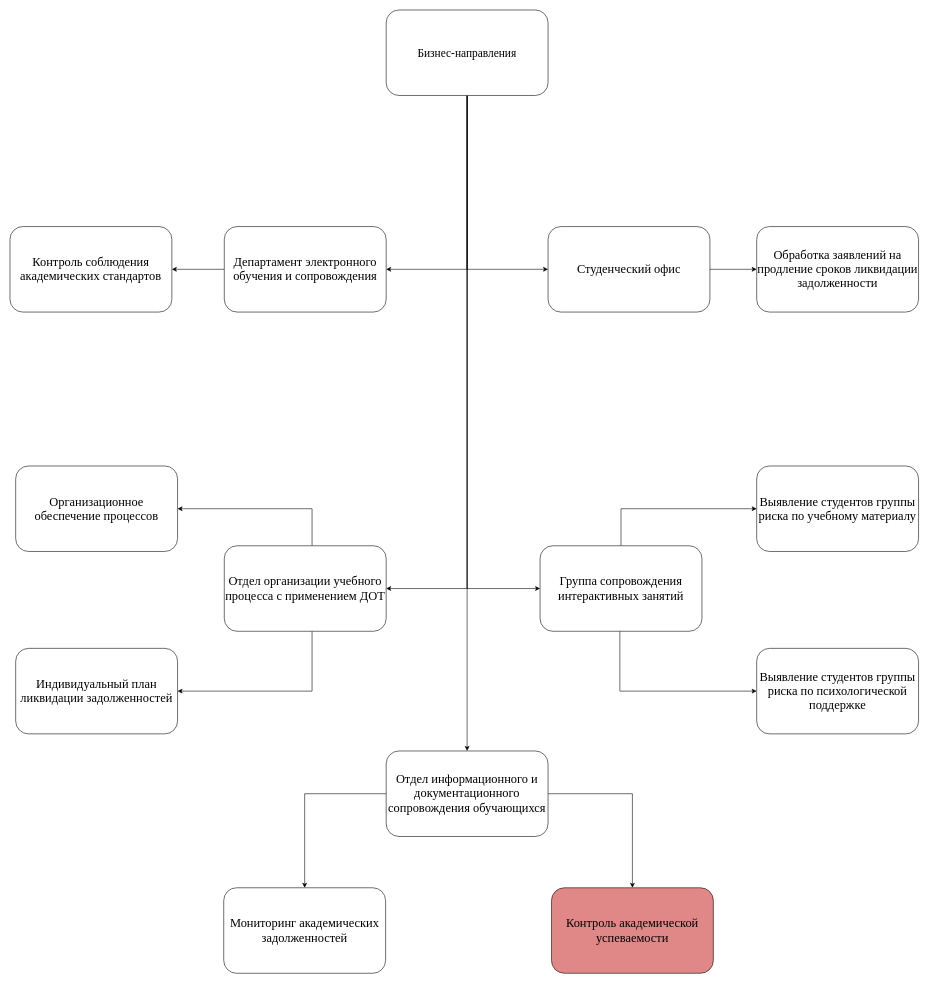
This is VKR/Диаграмма_Структура_Подразделения (new).drawio from DLordxxx/Practice, a draw.io file, before an edit. Source tidied: cells renumbered, new cells numbered last; positions are measured from the earlier drawing's top-left corner, leaving out a move shared by most shapes. Both pictures are drawn from the tidied source at 57%, with x=0, y=0 at pixel (10, 10).
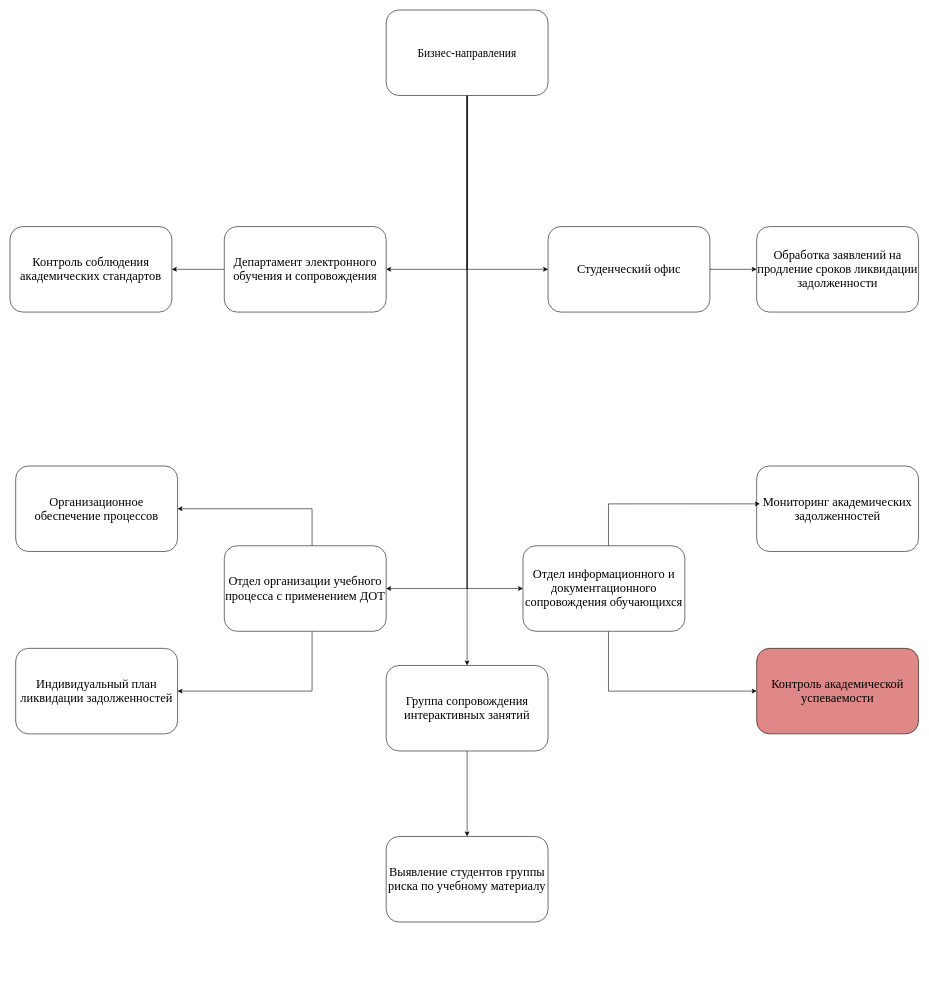
The same page after the edit.

Unchanged cells that the change refers to:
```xml
<mxCell id="7" value="&lt;font&gt;Бизнес-направления&lt;/font&gt;" style="rounded=1;whiteSpace=wrap;html=1;fontSize=20;fontFamily=Times New Roman;" parent="1" vertex="1">
  <mxGeometry x="660" width="284" height="150" as="geometry" />
</mxCell>
```

The edit, as a diff of the source:
```diff
@@
+    <mxCell id="6" style="edgeStyle=orthogonalEdgeStyle;rounded=0;jettySize=auto;html=1;entryX=0;entryY=0.5;entryDx=0;entryDy=0;" parent="1" edge="1" source="7" target="14">
+      <mxGeometry relative="1" as="geometry" />
+    </mxCell>
-    <mxCell id="5" style="edgeStyle=orthogonalEdgeStyle;rounded=0;jettySize=auto;html=1;entryX=0;entryY=0.5;entryDx=0;entryDy=0;" parent="1" edge="1" source="7" target="21">
+    <mxCell id="5" style="edgeStyle=orthogonalEdgeStyle;rounded=0;jettySize=auto;html=1;entryX=0.5;entryY=0;entryDx=0;entryDy=0;" parent="1" edge="1" source="7" target="21">
       <mxGeometry relative="1" as="geometry" />
     </mxCell>
-    <mxCell id="6" style="edgeStyle=orthogonalEdgeStyle;rounded=0;jettySize=auto;html=1;entryX=0.5;entryY=0;entryDx=0;entryDy=0;" parent="1" edge="1" source="7" target="14">
-      <mxGeometry relative="1" as="geometry" />
-    </mxCell>
@@
-    <mxCell id="12" style="edgeStyle=orthogonalEdgeStyle;rounded=0;jettySize=auto;html=1;entryX=0.5;entryY=0;entryDx=0;entryDy=0;" parent="1" edge="1" source="14" target="17">
-      <mxGeometry relative="1" as="geometry" />
+    <mxCell id="12" style="edgeStyle=orthogonalEdgeStyle;rounded=0;jettySize=auto;html=1;entryX=0;entryY=0.5;entryDx=0;entryDy=0;" parent="1" edge="1" source="14" target="17">
+      <mxGeometry relative="1" as="geometry">
+        <Array as="points">
+          <mxPoint x="1050" y="1195" />
+        </Array>
+      </mxGeometry>
     </mxCell>
-    <mxCell id="13" style="edgeStyle=orthogonalEdgeStyle;rounded=0;jettySize=auto;html=1;entryX=0.5;entryY=0;entryDx=0;entryDy=0;" parent="1" edge="1" source="14" target="16">
-      <mxGeometry relative="1" as="geometry" />
-    </mxCell>
     <mxCell id="14" value="&lt;div class=&quot;code-block&quot; style=&quot;box-sizing: border-box; font-variant-numeric: normal; font-variant-east-asian: normal; font-variant-alternates: normal; font-variant-position: normal; font-variant-emoji: normal; font-kerning: auto; font-optical-sizing: auto; font-feature-settings: normal; font-variation-settings: normal; font-stretch: normal; line-height: 1.25; font-size-adjust: 0.5; margin-top: 0px; margin-bottom: 0px; overflow: hidden; --color-scrollbar: var(--color-scrollbar-code); --color-type: light-dark(#0053d4, #6db4ff); --color-keyword: light-dark(#388e22, #56a043); --color-class: light-dark(#3e6c20, #83ab69); --color-string: light-dark(#9a1111, #ffadad); --color-template: light-dark(#9a5334, #cd9076); --color-selector: light-dark(#9a5334, #cd9076); --color-function: light-dark(#a753b7, #c37bd1); --color-comment: light-dark(#616161, #9a9a9a); --color-section: light-dark(#9a1111, #ffadad); --color-variable: light-dark(#bd63c5, #b86bbf); --color-attribute: light-dark(#276b8f, #6ba6c5); --color-link: light-dark(#276b8f, #6ba6c5); --color-tag: light-dark(#000000, #ededed);&quot;&gt;&lt;font&gt;&lt;span style=&quot;text-wrap-mode: wrap;&quot;&gt;Отдел информационного и документационного сопровождения обучающихся&lt;/span&gt;&lt;/font&gt;&lt;/div&gt;" style="rounded=1;whiteSpace=wrap;html=1;align=center;fillColor=#FFFFFF;strokeColor=#000000;fontSize=20;fontFamily=Times New Roman;" parent="1" vertex="1">
-      <mxGeometry x="660" y="1300" width="284" height="150" as="geometry" />
+      <mxGeometry x="900" y="940" width="284" height="150" as="geometry" />
     </mxCell>
@@
     <mxCell id="16" value="&lt;div class=&quot;code-block&quot; style=&quot;box-sizing: border-box; font-variant-numeric: normal; font-variant-east-asian: normal; font-variant-alternates: normal; font-variant-position: normal; font-variant-emoji: normal; font-kerning: auto; font-optical-sizing: auto; font-feature-settings: normal; font-variation-settings: normal; font-stretch: normal; line-height: 1.25; font-size-adjust: 0.5; margin-top: 0px; margin-bottom: 0px; overflow: hidden; --color-scrollbar: var(--color-scrollbar-code); text-wrap-mode: wrap; --color-type: light-dark(#0053d4, #6db4ff); --color-keyword: light-dark(#388e22, #56a043); --color-class: light-dark(#3e6c20, #83ab69); --color-string: light-dark(#9a1111, #ffadad); --color-template: light-dark(#9a5334, #cd9076); --color-selector: light-dark(#9a5334, #cd9076); --color-function: light-dark(#a753b7, #c37bd1); --color-comment: light-dark(#616161, #9a9a9a); --color-section: light-dark(#9a1111, #ffadad); --color-variable: light-dark(#bd63c5, #b86bbf); --color-attribute: light-dark(#276b8f, #6ba6c5); --color-link: light-dark(#276b8f, #6ba6c5); --color-tag: light-dark(#000000, #ededed);&quot;&gt;&lt;div class=&quot;code-block&quot; style=&quot;box-sizing: border-box; font-variant-numeric: normal; font-variant-east-asian: normal; font-variant-alternates: normal; font-variant-position: normal; font-variant-emoji: normal; font-kerning: auto; font-optical-sizing: auto; font-feature-settings: normal; font-variation-settings: normal; font-stretch: normal; line-height: 1.25; font-size-adjust: 0.5; margin-top: 0px; margin-bottom: 0px; overflow: hidden; --color-scrollbar: var(--color-scrollbar-code); text-wrap-mode: wrap; --color-type: light-dark(#0053d4, #6db4ff); --color-keyword: light-dark(#388e22, #56a043); --color-class: light-dark(#3e6c20, #83ab69); --color-string: light-dark(#9a1111, #ffadad); --color-template: light-dark(#9a5334, #cd9076); --color-selector: light-dark(#9a5334, #cd9076); --color-function: light-dark(#a753b7, #c37bd1); --color-comment: light-dark(#616161, #9a9a9a); --color-section: light-dark(#9a1111, #ffadad); --color-variable: light-dark(#bd63c5, #b86bbf); --color-attribute: light-dark(#276b8f, #6ba6c5); --color-link: light-dark(#276b8f, #6ba6c5); --color-tag: light-dark(#000000, #ededed);&quot;&gt;&lt;span style=&quot;text-align: start; background-color: rgb(255, 255, 255);&quot;&gt;Мониторинг академических задолженностей&lt;/span&gt;&lt;/div&gt;&lt;/div&gt;" style="rounded=1;whiteSpace=wrap;html=1;align=center;fontSize=20;fontFamily=Times New Roman;" parent="1" vertex="1">
-      <mxGeometry x="375" y="1540" width="284" height="150" as="geometry" />
+      <mxGeometry x="1310" y="800" width="284" height="150" as="geometry" />
     </mxCell>
     <mxCell id="17" value="&lt;div class=&quot;code-block&quot; style=&quot;box-sizing: border-box; font-variant-numeric: normal; font-variant-east-asian: normal; font-variant-alternates: normal; font-variant-position: normal; font-variant-emoji: normal; font-kerning: auto; font-optical-sizing: auto; font-feature-settings: normal; font-variation-settings: normal; font-stretch: normal; line-height: 1.25; font-size-adjust: 0.5; margin-top: 0px; margin-bottom: 0px; overflow: hidden; --color-scrollbar: var(--color-scrollbar-code); --color-type: light-dark(#0053d4, #6db4ff); --color-keyword: light-dark(#388e22, #56a043); --color-class: light-dark(#3e6c20, #83ab69); --color-string: light-dark(#9a1111, #ffadad); --color-template: light-dark(#9a5334, #cd9076); --color-selector: light-dark(#9a5334, #cd9076); --color-function: light-dark(#a753b7, #c37bd1); --color-comment: light-dark(#616161, #9a9a9a); --color-section: light-dark(#9a1111, #ffadad); --color-variable: light-dark(#bd63c5, #b86bbf); --color-attribute: light-dark(#276b8f, #6ba6c5); --color-link: light-dark(#276b8f, #6ba6c5); --color-tag: light-dark(#000000, #ededed);&quot;&gt;&lt;div class=&quot;code-block&quot; style=&quot;box-sizing: border-box; font-variant-numeric: normal; font-variant-east-asian: normal; font-variant-alternates: normal; font-variant-position: normal; font-variant-emoji: normal; font-kerning: auto; font-optical-sizing: auto; font-feature-settings: normal; font-variation-settings: normal; font-stretch: normal; line-height: 1.25; font-size-adjust: 0.5; margin-top: 0px; margin-bottom: 0px; overflow: hidden; --color-scrollbar: var(--color-scrollbar-code); --color-type: light-dark(#0053d4, #6db4ff); --color-keyword: light-dark(#388e22, #56a043); --color-class: light-dark(#3e6c20, #83ab69); --color-string: light-dark(#9a1111, #ffadad); --color-template: light-dark(#9a5334, #cd9076); --color-selector: light-dark(#9a5334, #cd9076); --color-function: light-dark(#a753b7, #c37bd1); --color-comment: light-dark(#616161, #9a9a9a); --color-section: light-dark(#9a1111, #ffadad); --color-variable: light-dark(#bd63c5, #b86bbf); --color-attribute: light-dark(#276b8f, #6ba6c5); --color-link: light-dark(#276b8f, #6ba6c5); --color-tag: light-dark(#000000, #ededed);&quot;&gt;&lt;div class=&quot;code-block&quot; style=&quot;box-sizing: border-box; font-variant-numeric: normal; font-variant-east-asian: normal; font-variant-alternates: normal; font-variant-position: normal; font-variant-emoji: normal; font-kerning: auto; font-optical-sizing: auto; font-feature-settings: normal; font-variation-settings: normal; font-stretch: normal; line-height: 1.25; font-size-adjust: 0.5; margin-top: 0px; margin-bottom: 0px; overflow: hidden; --color-scrollbar: var(--color-scrollbar-code); --color-type: light-dark(#0053d4, #6db4ff); --color-keyword: light-dark(#388e22, #56a043); --color-class: light-dark(#3e6c20, #83ab69); --color-string: light-dark(#9a1111, #ffadad); --color-template: light-dark(#9a5334, #cd9076); --color-selector: light-dark(#9a5334, #cd9076); --color-function: light-dark(#a753b7, #c37bd1); --color-comment: light-dark(#616161, #9a9a9a); --color-section: light-dark(#9a1111, #ffadad); --color-variable: light-dark(#bd63c5, #b86bbf); --color-attribute: light-dark(#276b8f, #6ba6c5); --color-link: light-dark(#276b8f, #6ba6c5); --color-tag: light-dark(#000000, #ededed);&quot;&gt;&lt;font&gt;&lt;span style=&quot;text-wrap-mode: wrap;&quot;&gt;Контроль академической успеваемости&lt;/span&gt;&lt;/font&gt;&lt;/div&gt;&lt;/div&gt;&lt;/div&gt;" style="rounded=1;whiteSpace=wrap;html=1;align=center;fillColor=light-dark(#E08787,var(--ge-dark-color, #121212));fontSize=20;fontFamily=Times New Roman;" parent="1" vertex="1">
-      <mxGeometry x="950" y="1540" width="284" height="150" as="geometry" />
+      <mxGeometry x="1310" y="1120" width="284" height="150" as="geometry" />
     </mxCell>
@@
-    <mxCell id="19" style="edgeStyle=orthogonalEdgeStyle;rounded=0;jettySize=auto;html=1;entryX=0;entryY=0.5;entryDx=0;entryDy=0;" parent="1" edge="1" source="21" target="25">
-      <mxGeometry relative="1" as="geometry">
-        <Array as="points">
-          <mxPoint x="1072" y="875" />
-        </Array>
-      </mxGeometry>
+    <mxCell id="19" style="edgeStyle=orthogonalEdgeStyle;rounded=0;jettySize=auto;html=1;entryX=0.5;entryY=0;entryDx=0;entryDy=0;" parent="1" edge="1" source="21" target="25">
+      <mxGeometry relative="1" as="geometry" />
     </mxCell>
-    <mxCell id="20" style="edgeStyle=orthogonalEdgeStyle;rounded=0;jettySize=auto;html=1;entryX=0;entryY=0.5;entryDx=0;entryDy=0;" parent="1" edge="1" source="21" target="26">
-      <mxGeometry relative="1" as="geometry">
-        <Array as="points">
-          <mxPoint x="1070" y="1195" />
-        </Array>
-      </mxGeometry>
-    </mxCell>
     <mxCell id="21" value="&lt;div class=&quot;code-block&quot; style=&quot;box-sizing: border-box; font-variant-numeric: normal; font-variant-east-asian: normal; font-variant-alternates: normal; font-variant-position: normal; font-variant-emoji: normal; font-kerning: auto; font-optical-sizing: auto; font-feature-settings: normal; font-variation-settings: normal; font-stretch: normal; line-height: 1.25; font-size-adjust: 0.5; margin-top: 0px; margin-bottom: 0px; overflow: hidden; --color-scrollbar: var(--color-scrollbar-code); --color-type: light-dark(#0053d4, #6db4ff); --color-keyword: light-dark(#388e22, #56a043); --color-class: light-dark(#3e6c20, #83ab69); --color-string: light-dark(#9a1111, #ffadad); --color-template: light-dark(#9a5334, #cd9076); --color-selector: light-dark(#9a5334, #cd9076); --color-function: light-dark(#a753b7, #c37bd1); --color-comment: light-dark(#616161, #9a9a9a); --color-section: light-dark(#9a1111, #ffadad); --color-variable: light-dark(#bd63c5, #b86bbf); --color-attribute: light-dark(#276b8f, #6ba6c5); --color-link: light-dark(#276b8f, #6ba6c5); --color-tag: light-dark(#000000, #ededed);&quot;&gt;Группа сопровождения интерактивных занятий&lt;/div&gt;" style="rounded=1;whiteSpace=wrap;html=1;align=center;fillColor=#FFFFFF;strokeColor=#000000;fontSize=20;fontFamily=Times New Roman;" parent="1" vertex="1">
-      <mxGeometry x="930" y="940" width="284" height="150" as="geometry" />
+      <mxGeometry x="660" y="1150" width="284" height="150" as="geometry" />
     </mxCell>
@@
     <mxCell id="25" value="&lt;div class=&quot;code-block&quot; style=&quot;box-sizing: border-box; font-variant-numeric: normal; font-variant-east-asian: normal; font-variant-alternates: normal; font-variant-position: normal; font-variant-emoji: normal; font-kerning: auto; font-optical-sizing: auto; font-feature-settings: normal; font-variation-settings: normal; font-stretch: normal; line-height: 1.25; font-size-adjust: 0.5; margin-top: 0px; margin-bottom: 0px; overflow: hidden; --color-scrollbar: var(--color-scrollbar-code); --color-type: light-dark(#0053d4, #6db4ff); --color-keyword: light-dark(#388e22, #56a043); --color-class: light-dark(#3e6c20, #83ab69); --color-string: light-dark(#9a1111, #ffadad); --color-template: light-dark(#9a5334, #cd9076); --color-selector: light-dark(#9a5334, #cd9076); --color-function: light-dark(#a753b7, #c37bd1); --color-comment: light-dark(#616161, #9a9a9a); --color-section: light-dark(#9a1111, #ffadad); --color-variable: light-dark(#bd63c5, #b86bbf); --color-attribute: light-dark(#276b8f, #6ba6c5); --color-link: light-dark(#276b8f, #6ba6c5); --color-tag: light-dark(#000000, #ededed);&quot;&gt;Выявление студентов группы риска по учебному материалу&lt;/div&gt;" style="rounded=1;whiteSpace=wrap;html=1;align=center;fillColor=#FFFFFF;strokeColor=#000000;fontSize=20;fontFamily=Times New Roman;" parent="1" vertex="1">
-      <mxGeometry x="1310" y="800" width="284" height="150" as="geometry" />
+      <mxGeometry x="660" y="1450" width="284" height="150" as="geometry" />
     </mxCell>
-    <mxCell id="26" value="&lt;div class=&quot;code-block&quot; style=&quot;box-sizing: border-box; font-variant-numeric: normal; font-variant-east-asian: normal; font-variant-alternates: normal; font-variant-position: normal; font-variant-emoji: normal; font-kerning: auto; font-optical-sizing: auto; font-feature-settings: normal; font-variation-settings: normal; font-stretch: normal; line-height: 1.25; font-size-adjust: 0.5; margin-top: 0px; margin-bottom: 0px; overflow: hidden; --color-scrollbar: var(--color-scrollbar-code); --color-type: light-dark(#0053d4, #6db4ff); --color-keyword: light-dark(#388e22, #56a043); --color-class: light-dark(#3e6c20, #83ab69); --color-string: light-dark(#9a1111, #ffadad); --color-template: light-dark(#9a5334, #cd9076); --color-selector: light-dark(#9a5334, #cd9076); --color-function: light-dark(#a753b7, #c37bd1); --color-comment: light-dark(#616161, #9a9a9a); --color-section: light-dark(#9a1111, #ffadad); --color-variable: light-dark(#bd63c5, #b86bbf); --color-attribute: light-dark(#276b8f, #6ba6c5); --color-link: light-dark(#276b8f, #6ba6c5); --color-tag: light-dark(#000000, #ededed);&quot;&gt;Выявление студентов группы риска по психологической поддержке&lt;/div&gt;" style="rounded=1;whiteSpace=wrap;html=1;align=center;fillColor=#FFFFFF;strokeColor=#000000;fontSize=20;fontFamily=Times New Roman;" parent="1" vertex="1">
-      <mxGeometry x="1310" y="1120" width="284" height="150" as="geometry" />
-    </mxCell>
@@
+    <mxCell id="13" style="edgeStyle=orthogonalEdgeStyle;rounded=0;jettySize=auto;html=1;entryX=0.02;entryY=0.443;entryDx=0;entryDy=0;entryPerimeter=0;" parent="1" edge="1" source="14" target="16">
+      <mxGeometry relative="1" as="geometry">
+        <Array as="points">
+          <mxPoint x="1050" y="866" />
+        </Array>
+      </mxGeometry>
+    </mxCell>
```
